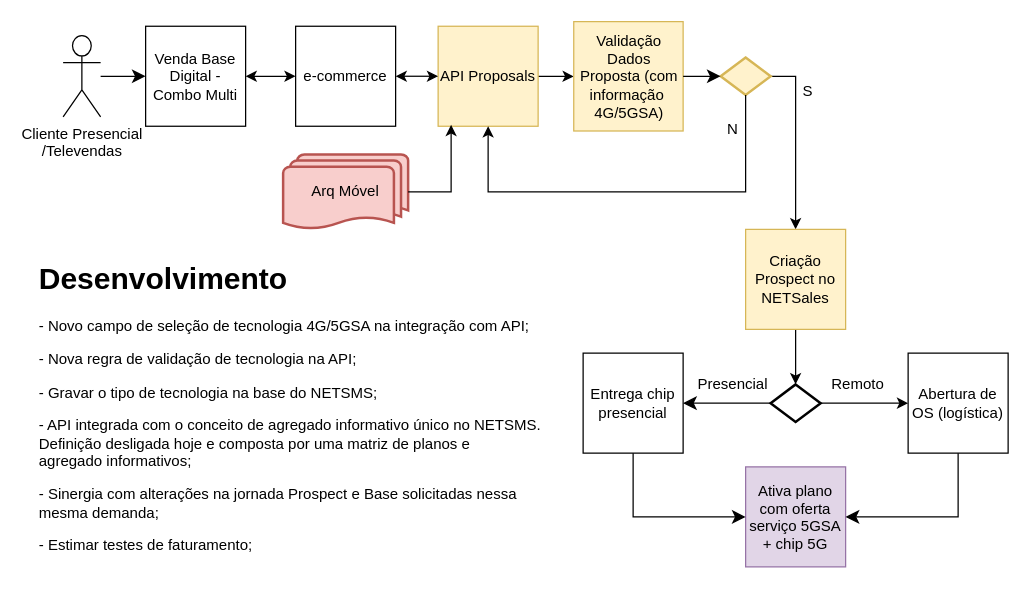
Before: page "API Digital NETSales" (4 of 4) of 5GSA v3.drawio in samirali/ClaroBrasil, a draw.io diagram. Source tidied: cells renumbered, new cells numbered last; positions are measured from the earlier drawing's top-left corner, leaving out a move shared by most shapes. Both pictures are drawn from the tidied source at 125%, with x=0, y=0 at pixel (32, 21).
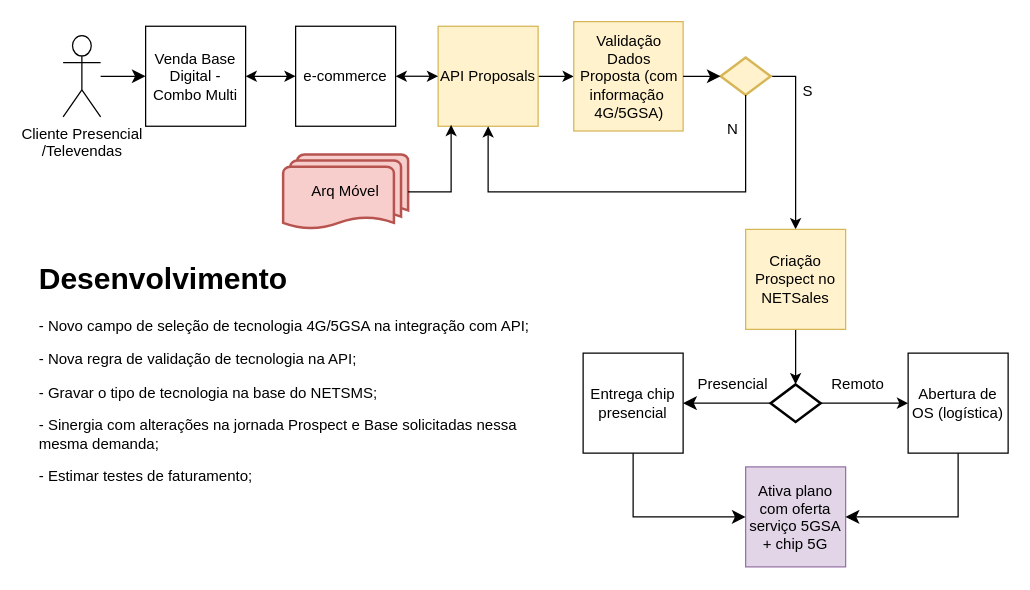
The same page after the edit.

Diff of the diagram source:
```diff
@@
-    <mxCell id="15" value="&lt;h1&gt;Desenvolvimento&lt;/h1&gt;&lt;p style=&quot;border-color: var(--border-color);&quot;&gt;&lt;span style=&quot;background-color: initial;&quot;&gt;- Novo campo de seleção de tecnologia 4G/5GSA na integração com API;&lt;/span&gt;&lt;br&gt;&lt;/p&gt;&lt;p style=&quot;border-color: var(--border-color);&quot;&gt;- Nova regra de validação de tecnologia na API;&lt;/p&gt;&lt;p style=&quot;border-color: var(--border-color);&quot;&gt;- Gravar o tipo de tecnologia na base do NETSMS;&lt;/p&gt;&lt;p style=&quot;border-color: var(--border-color);&quot;&gt;- API integrada com o conceito de agregado informativo único no NETSMS. Definição desligada hoje e composta por uma matriz de planos e agregado&amp;nbsp;&lt;span style=&quot;background-color: initial;&quot;&gt;informativos;&lt;/span&gt;&lt;/p&gt;&lt;p style=&quot;border-color: var(--border-color);&quot;&gt;&lt;span style=&quot;background-color: initial;&quot;&gt;- Sinergia com alterações na jornada Prospect e Base solicitadas nessa mesma demanda;&lt;/span&gt;&lt;/p&gt;&lt;p style=&quot;border-color: var(--border-color);&quot;&gt;&lt;span style=&quot;background-color: initial;&quot;&gt;- Estimar testes de faturamento;&lt;/span&gt;&lt;/p&gt;" style="text;html=1;strokeColor=none;fillColor=none;spacing=5;spacingTop=-20;whiteSpace=wrap;overflow=hidden;rounded=0;" parent="1" vertex="1">
+    <mxCell id="15" value="&lt;h1&gt;Desenvolvimento&lt;/h1&gt;&lt;p style=&quot;border-color: var(--border-color);&quot;&gt;&lt;span style=&quot;background-color: initial;&quot;&gt;- Novo campo de seleção de tecnologia 4G/5GSA na integração com API;&lt;/span&gt;&lt;br&gt;&lt;/p&gt;&lt;p style=&quot;border-color: var(--border-color);&quot;&gt;- Nova regra de validação de tecnologia na API;&lt;/p&gt;&lt;p style=&quot;border-color: var(--border-color);&quot;&gt;- Gravar o tipo de tecnologia na base do NETSMS;&lt;/p&gt;&lt;p style=&quot;border-color: var(--border-color);&quot;&gt;&lt;span style=&quot;background-color: initial;&quot;&gt;- Sinergia com alterações na jornada Prospect e Base solicitadas nessa mesma demanda;&lt;/span&gt;&lt;br&gt;&lt;/p&gt;&lt;p style=&quot;border-color: var(--border-color);&quot;&gt;&lt;span style=&quot;background-color: initial;&quot;&gt;- Estimar testes de faturamento;&lt;/span&gt;&lt;/p&gt;" style="text;html=1;strokeColor=none;fillColor=none;spacing=5;spacingTop=-20;whiteSpace=wrap;overflow=hidden;rounded=0;" parent="1" vertex="1">
       <mxGeometry y="186" width="420" height="250" as="geometry" />
     </mxCell>
```
